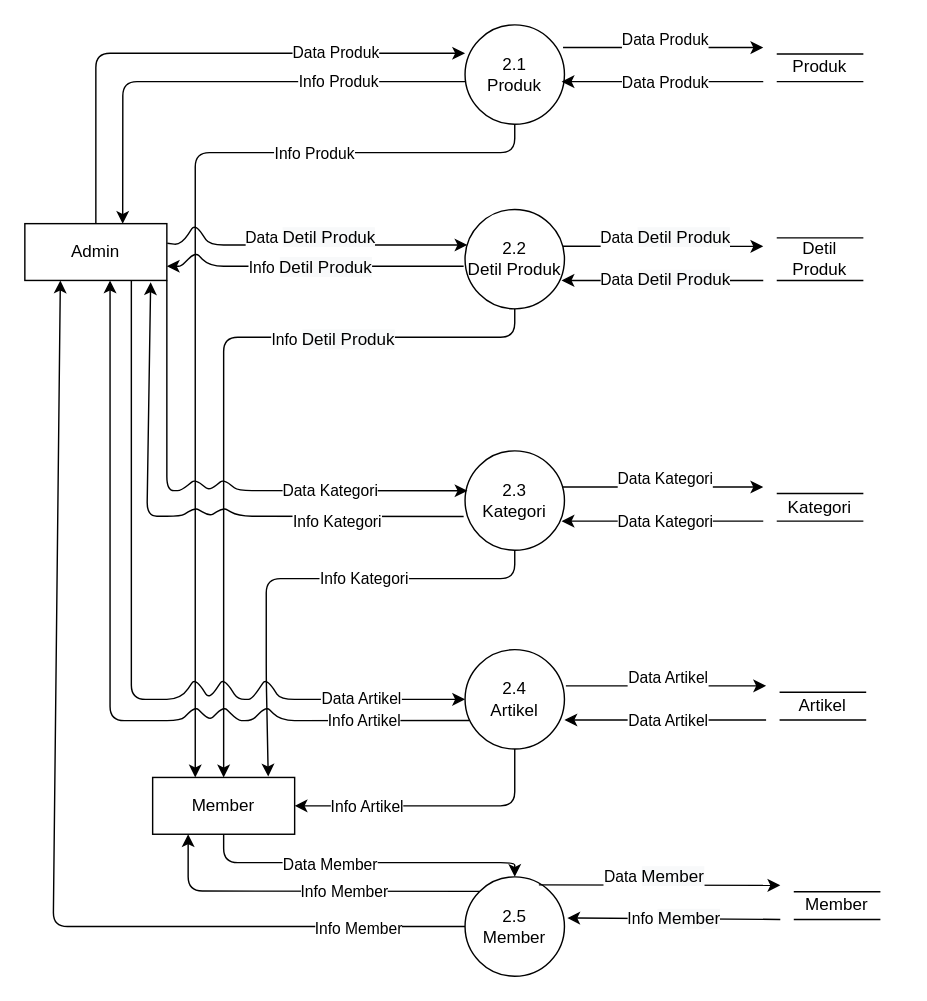
Earlier version of the draw.io diagram Untitled Diagram.drawio (kuzdev/dfd-lvl2-pcs2). Source tidied: cells renumbered, new cells numbered last; positions are measured from the earlier drawing's top-left corner, leaving out a move shared by most shapes. Both pictures are drawn from the tidied source at 142%, with x=0, y=0 at pixel (24, 24).
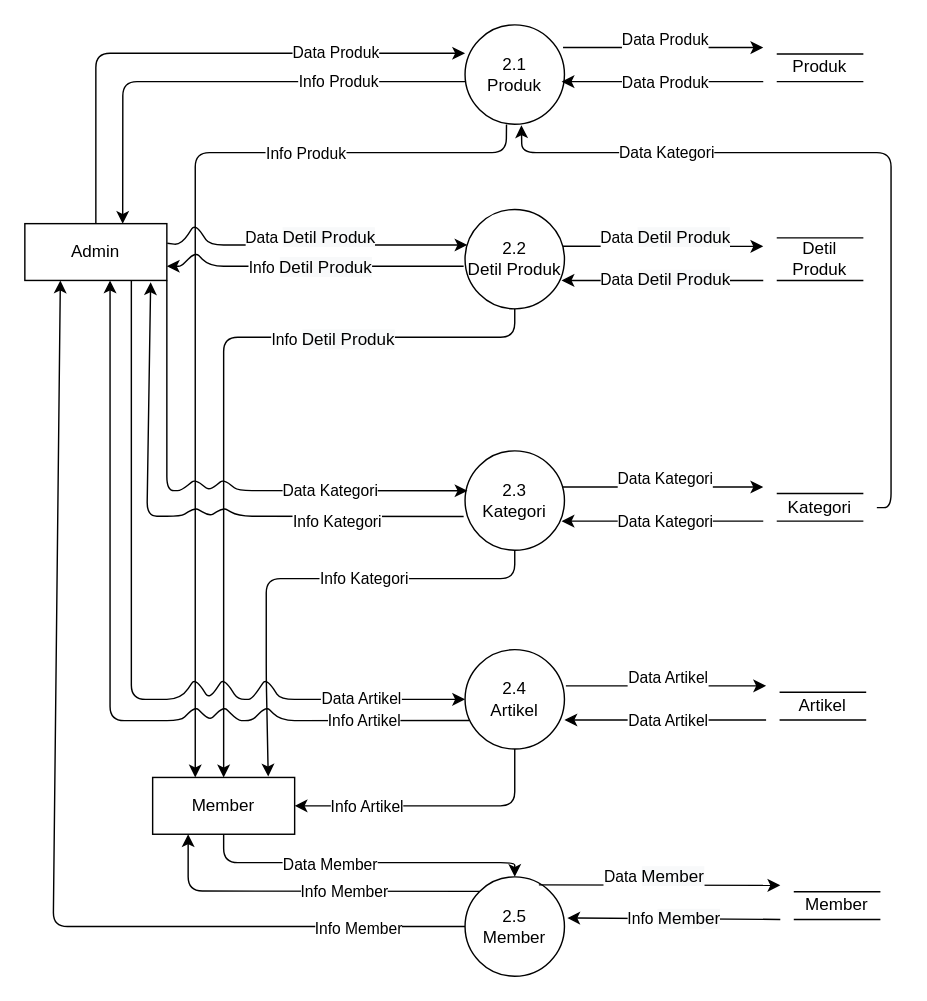
After the change.

Unchanged cells that the change refers to:
```xml
<mxCell id="3" value="2.1&lt;br&gt;Produk" style="ellipse;whiteSpace=wrap;html=1;" parent="1" vertex="1">
  <mxGeometry x="310" width="70" height="70" as="geometry" />
</mxCell>
```

What changed in the source:
```diff
@@
-    <mxCell id="52" style="endArrow=classic;html=1;exitX=0.5;exitY=1;exitDx=0;exitDy=0;" parent="1" edge="1" source="3">
+    <mxCell id="52" style="endArrow=classic;html=1;exitX=0.417;exitY=1.003;exitDx=0;exitDy=0;exitPerimeter=0;" parent="1" edge="1" source="3">
       <mxGeometry relative="1" as="geometry">
         <mxPoint x="120" y="530" as="targetPoint" />
         <Array as="points">
-          <mxPoint x="345" y="90" />
+          <mxPoint x="339" y="90" />
           <mxPoint x="120" y="90" />
           <mxPoint x="120" y="140" />
           <mxPoint x="120" y="320" />
           <mxPoint x="120" y="460" />
         </Array>
       </mxGeometry>
     </mxCell>
@@
+    <mxCell id="64" style="endArrow=classic;html=1;entryX=0.567;entryY=1.01;entryDx=0;entryDy=0;entryPerimeter=0;" parent="1" edge="1" target="3">
+      <mxGeometry relative="1" as="geometry">
+        <mxPoint x="600" y="340" as="sourcePoint" />
+        <Array as="points">
+          <mxPoint x="610" y="340" />
+          <mxPoint x="610" y="90" />
+          <mxPoint x="350" y="90" />
+        </Array>
+      </mxGeometry>
+    </mxCell>
+    <mxCell id="65" value="Data Kategori" style="edgeLabel;html=1;align=center;verticalAlign=middle;" parent="64" vertex="1">
+      <mxGeometry x="0.66" y="-1" relative="1" as="geometry">
+        <mxPoint x="29" as="offset" />
+      </mxGeometry>
+    </mxCell>
```
